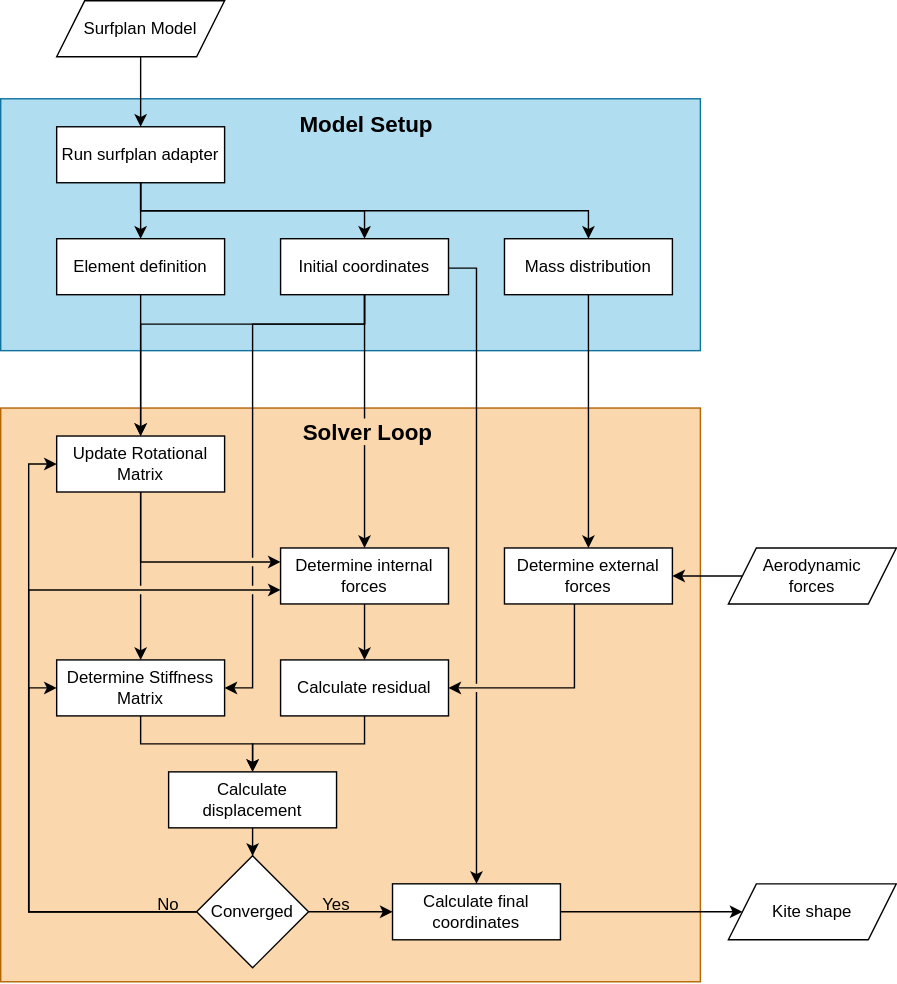
Above: Figures/drawio/FEM_flowchart.svg in PatrickRoel/Thesis (draw.io), before the change. Source tidied: cells renumbered, new cells last; positions are measured from the earlier drawing's top-left corner, leaving out a move shared by most shapes.
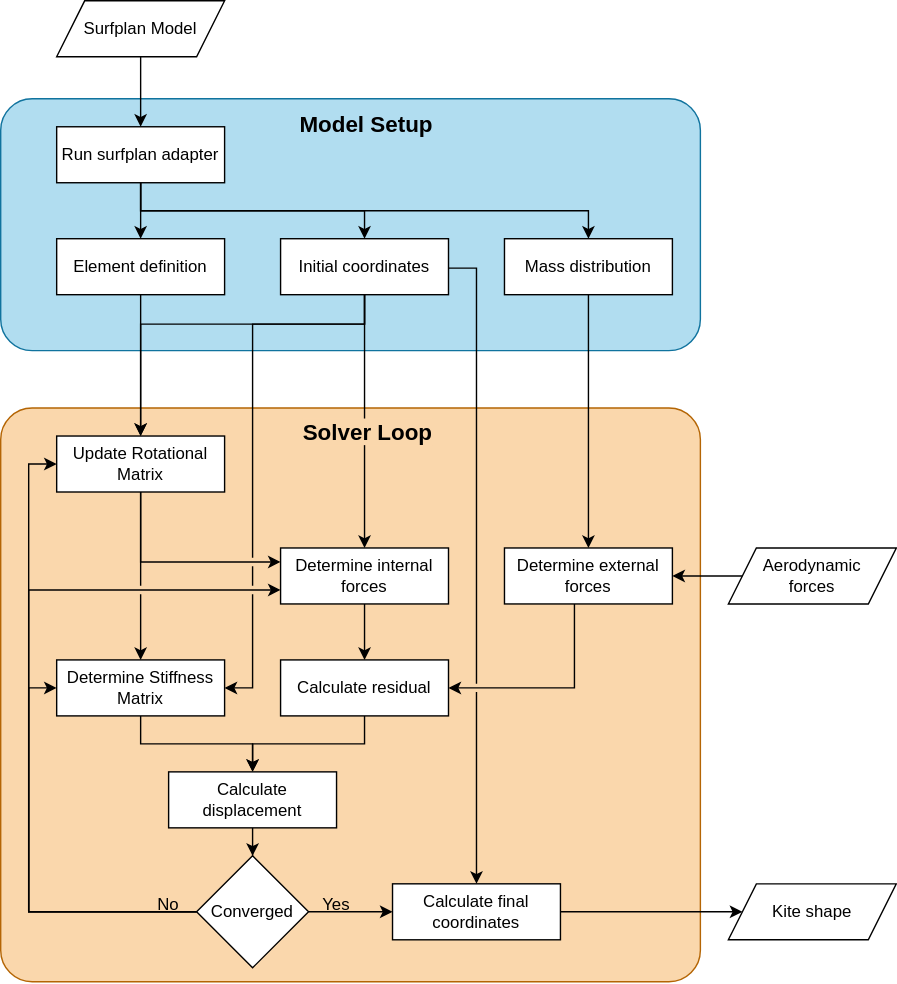
The same diagram one commit later.

The edit, as a diff of the source:
```diff
@@ -2,10 +2,10 @@
   <root>
     <mxCell id="0" />
     <mxCell id="1" parent="0" />
-    <mxCell id="2" style="rounded=0;whiteSpace=wrap;html=1;fillColor=#b1ddf0;strokeColor=#10739e;" parent="1" vertex="1">
+    <mxCell id="2" style="rounded=1;whiteSpace=wrap;html=1;fillColor=#b1ddf0;strokeColor=#10739e;absoluteArcSize=1;arcSize=45;" parent="1" vertex="1">
       <mxGeometry y="70" width="500" height="180" as="geometry" />
     </mxCell>
-    <mxCell id="3" style="rounded=0;whiteSpace=wrap;html=1;fillColor=#FAD7AC;strokeColor=#b46504;" parent="1" vertex="1">
+    <mxCell id="3" style="rounded=1;whiteSpace=wrap;html=1;fillColor=#FAD7AC;strokeColor=#b46504;glass=0;shadow=0;arcSize=45;absoluteArcSize=1;" parent="1" vertex="1">
       <mxGeometry y="291" width="500" height="410" as="geometry" />
     </mxCell>
     <mxCell id="4" style="edgeStyle=orthogonalEdgeStyle;rounded=0;jettySize=auto;html=1;" parent="1" edge="1" source="5" target="7">
```
